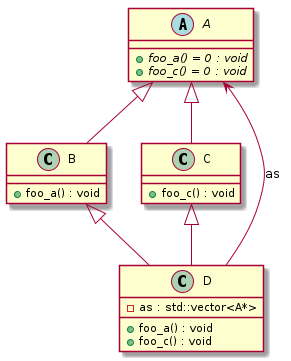
Before: docs/test_cases/t00002_class.png, a diagram exported from PlantUML (bkryza/clang-uml).
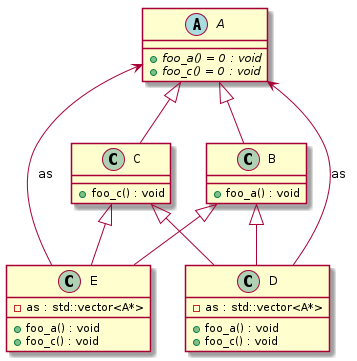
Later version of the same file.

The edit, as a diff of the source:
```diff
@@ -6,6 +6,8 @@
 class "C" as C_0000000005
 
 class "D" as C_0000000007
+
+class "E" as C_0000000009
 
 abstract C_0000000001 {
 {abstract} +foo_a() = 0 : void
@@ -31,4 +33,13 @@
 C_0000000005 <|-- C_0000000007
 C_0000000007 --> C_0000000001 : as
 
+class C_0000000009 {
++foo_a() : void
++foo_c() : void
+-as : std::vector<A*>
+}
+C_0000000003 <|-- C_0000000009
+C_0000000005 <|-- C_0000000009
+C_0000000009 --> C_0000000001 : as
+
 @enduml
```
